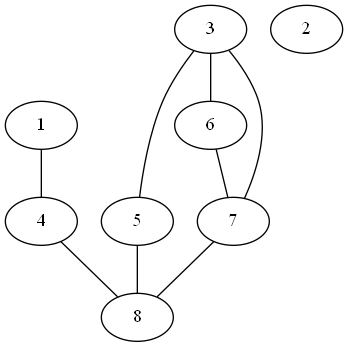
Above: dz4/graph2.png in Whatislove00/Dz2 (Graphviz), before the change. Its source is kept beside it as dz4/graph2.dot.
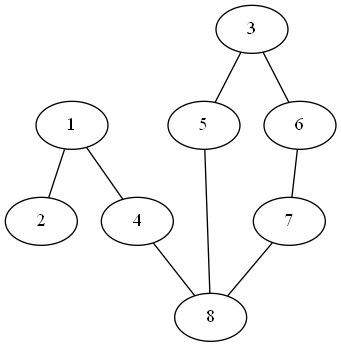
The same file after the commit.

The edit, as a diff of the source:
```diff
@@ -7,10 +7,10 @@
 6;
 7;
 8;
+1 -- 2;
 1 -- 4;
 3 -- 5;
 3 -- 6;
-3 -- 7;
 4 -- 8;
 5 -- 8;
 6 -- 7;
```
